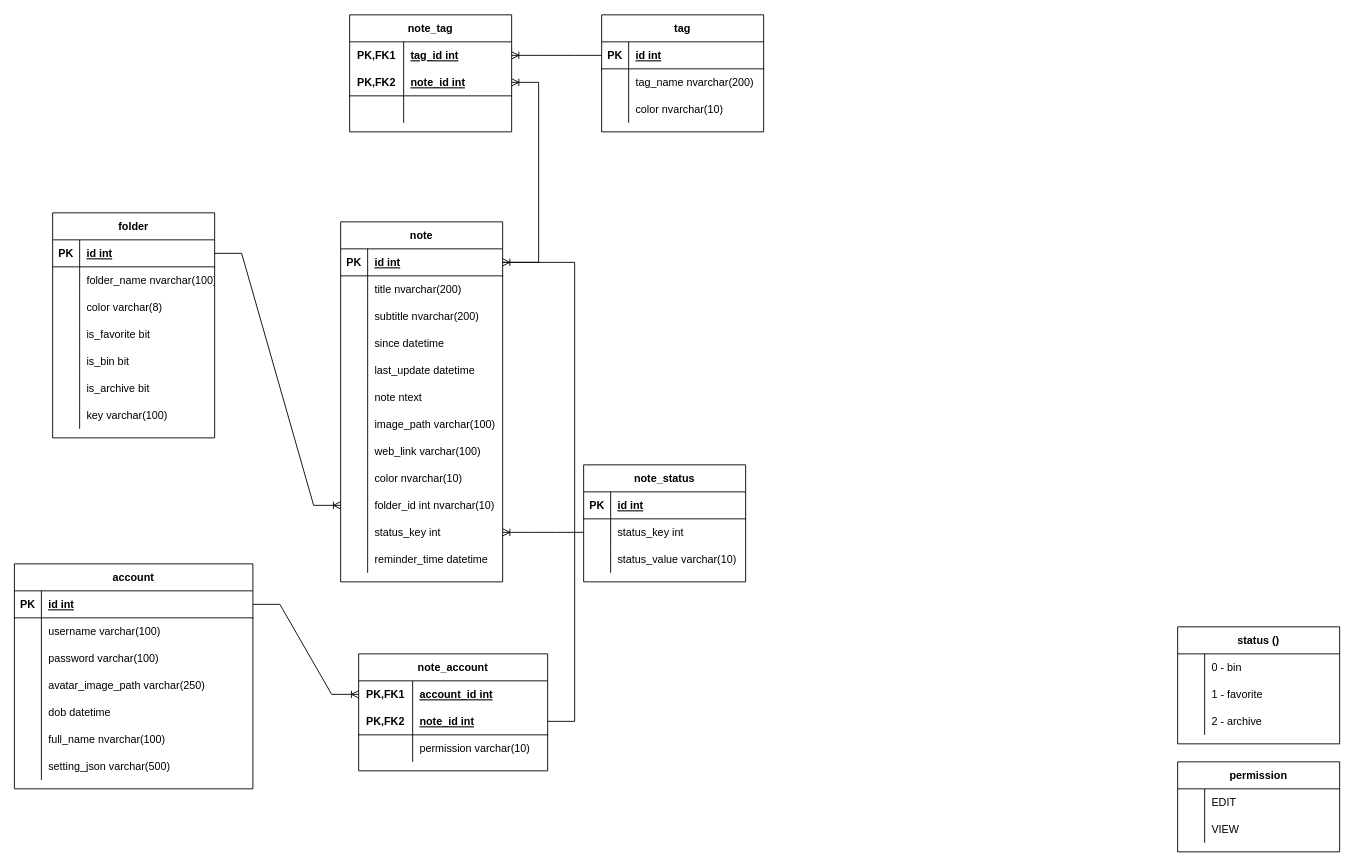
Before: SimpleNoteEntity.drawio in GroupXAndroid/SimpleNote, a draw.io diagram. Source tidied: cells renumbered, new cells numbered last; positions are measured from the earlier drawing's top-left corner, leaving out a move shared by most shapes. Both pictures are drawn from the tidied source at 90%, with x=0, y=0 at pixel (14, 14).
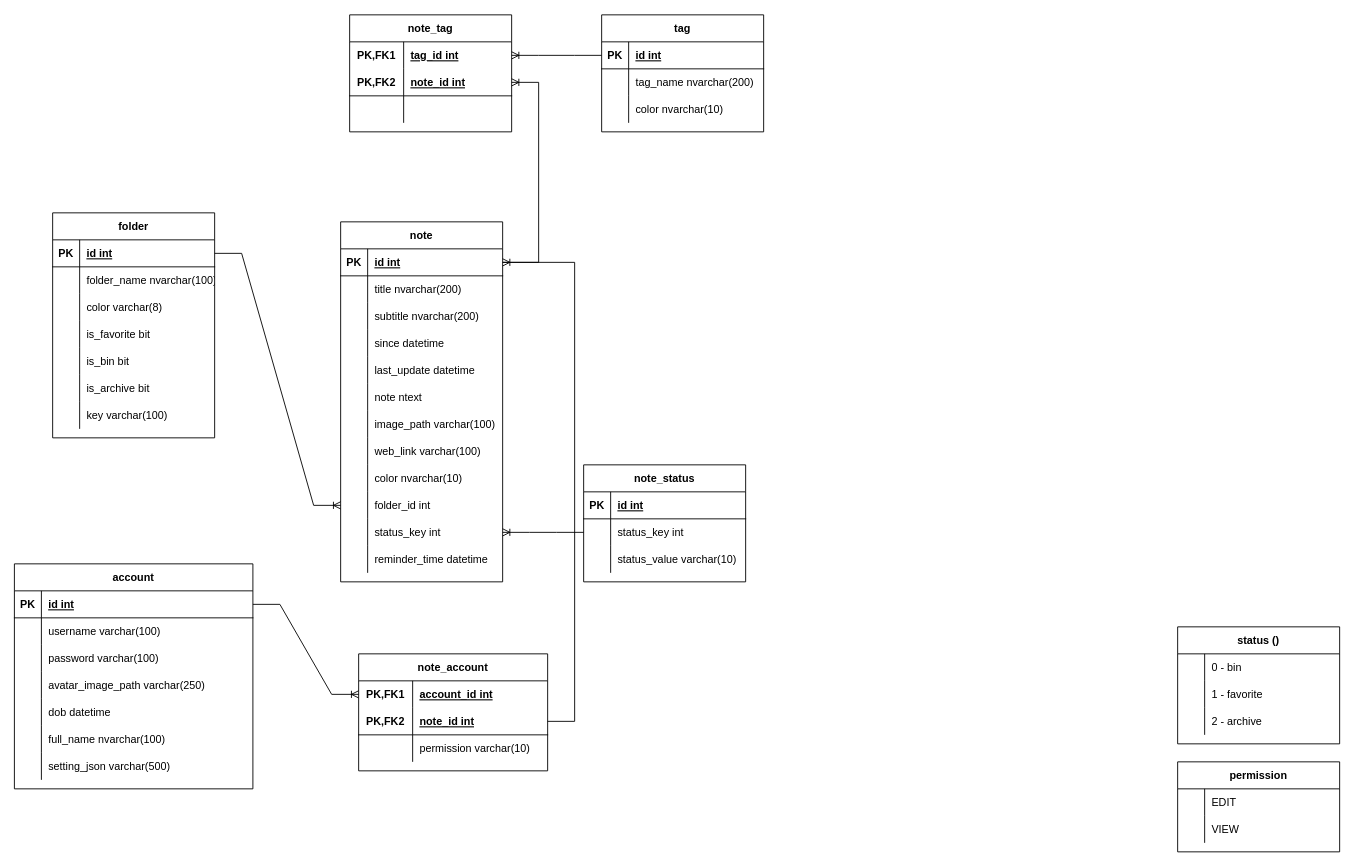
The same diagram, later.

Unchanged cells that the change refers to:
```xml
<mxCell id="30" style="shape=tableRow;horizontal=0;startSize=0;swimlaneHead=0;swimlaneBody=0;fillColor=none;points=[[0,0.5],[1,0.5]];portConstraint=eastwest;top=0;left=0;right=0;bottom=0;" parent="2" vertex="1">
  <mxGeometry y="300" width="180" height="30" as="geometry" />
</mxCell>
```

What changed in the source:
```diff
@@
-    <mxCell id="32" value="folder_id int nvarchar(10)" style="shape=partialRectangle;fillColor=none;top=0;left=0;bottom=0;right=0;align=left;spacingLeft=6;overflow=hidden;" parent="30" vertex="1">
+    <mxCell id="32" value="folder_id int" style="shape=partialRectangle;fillColor=none;top=0;left=0;bottom=0;right=0;align=left;spacingLeft=6;overflow=hidden;" parent="30" vertex="1">
       <mxGeometry x="30" width="150" height="30" as="geometry" />
     </mxCell>
```
